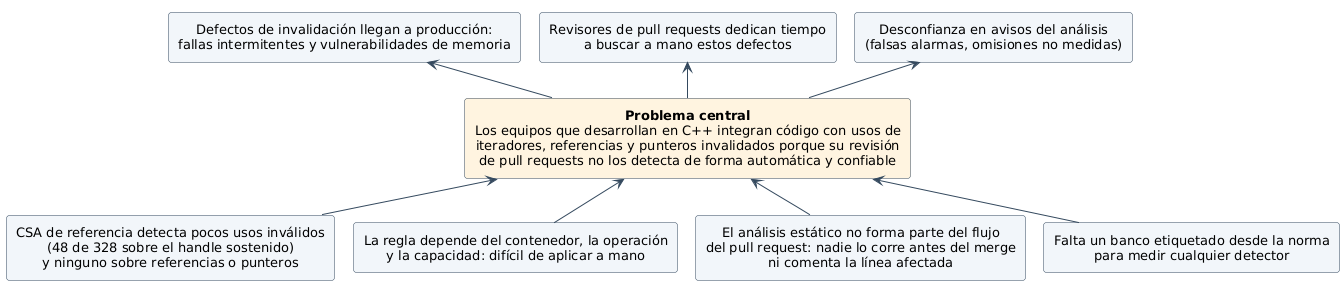
Earlier version of the PlantUML export libro/diagramas/png/1-arbol-problemas.png (jasrod12ucsm/checker). Its diagram source:
```plantuml
@startuml
!include _estilo.iuml
skinparam rectangleBackgroundColor #F2F6FA
skinparam defaultTextAlignment center
top to bottom direction

rectangle "Defectos de invalidación llegan a producción:\nfallas intermitentes y vulnerabilidades de memoria" as E1
rectangle "Revisores de pull requests dedican tiempo\na buscar a mano estos defectos" as E2
rectangle "Desconfianza en avisos del análisis\n(falsas alarmas, omisiones no medidas)" as E3

rectangle "**Problema central**\nLos equipos que desarrollan en C++ integran código con usos de\niteradores, referencias y punteros invalidados porque su revisión\nde pull requests no los detecta de forma automática y confiable" as P #FFF4E0

rectangle "CSA de referencia detecta pocos usos inválidos\n(48 de 328 sobre el handle sostenido)\ny ninguno sobre referencias o punteros" as C1
rectangle "La regla depende del contenedor, la operación\ny la capacidad: difícil de aplicar a mano" as C2
rectangle "El análisis estático no forma parte del flujo\ndel pull request: nadie lo corre antes del merge\nni comenta la línea afectada" as C3
rectangle "Falta un banco etiquetado desde la norma\npara medir cualquier detector" as C4

E1 -[hidden]r- E2
E2 -[hidden]r- E3
E1 <-- P
E2 <-- P
E3 <-- P
P <-- C1
P <-- C2
P <-- C3
P <-- C4
@enduml
```
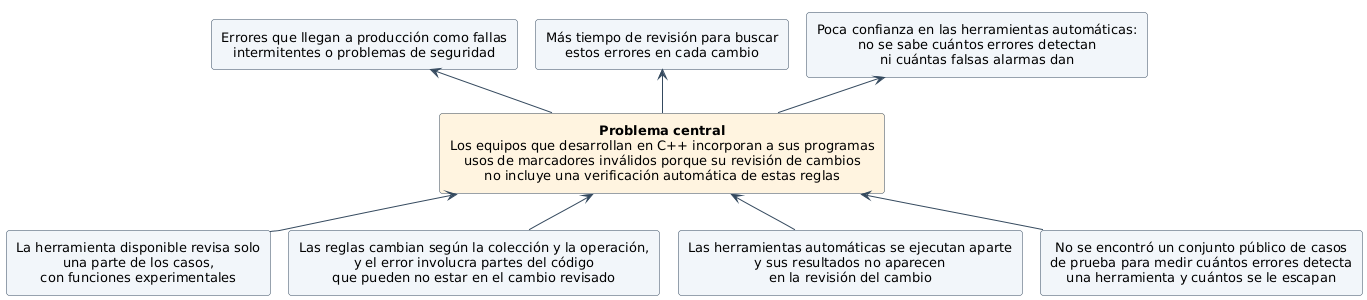
After the change.

The edit, as a diff of the source:
```diff
@@ -4,16 +4,16 @@
 skinparam defaultTextAlignment center
 top to bottom direction
 
-rectangle "Defectos de invalidación llegan a producción:\nfallas intermitentes y vulnerabilidades de memoria" as E1
-rectangle "Revisores de pull requests dedican tiempo\na buscar a mano estos defectos" as E2
-rectangle "Desconfianza en avisos del análisis\n(falsas alarmas, omisiones no medidas)" as E3
+rectangle "Errores que llegan a producción como fallas\nintermitentes o problemas de seguridad" as E1
+rectangle "Más tiempo de revisión para buscar\nestos errores en cada cambio" as E2
+rectangle "Poca confianza en las herramientas automáticas:\nno se sabe cuántos errores detectan\nni cuántas falsas alarmas dan" as E3
 
-rectangle "**Problema central**\nLos equipos que desarrollan en C++ integran código con usos de\niteradores, referencias y punteros invalidados porque su revisión\nde pull requests no los detecta de forma automática y confiable" as P #FFF4E0
+rectangle "**Problema central**\nLos equipos que desarrollan en C++ incorporan a sus programas\nusos de marcadores inválidos porque su revisión de cambios\nno incluye una verificación automática de estas reglas" as P #FFF4E0
 
-rectangle "CSA de referencia detecta pocos usos inválidos\n(48 de 328 sobre el handle sostenido)\ny ninguno sobre referencias o punteros" as C1
-rectangle "La regla depende del contenedor, la operación\ny la capacidad: difícil de aplicar a mano" as C2
-rectangle "El análisis estático no forma parte del flujo\ndel pull request: nadie lo corre antes del merge\nni comenta la línea afectada" as C3
-rectangle "Falta un banco etiquetado desde la norma\npara medir cualquier detector" as C4
+rectangle "La herramienta disponible revisa solo\nuna parte de los casos,\ncon funciones experimentales" as C1
+rectangle "Las reglas cambian según la colección y la operación,\ny el error involucra partes del código\nque pueden no estar en el cambio revisado" as C2
+rectangle "Las herramientas automáticas se ejecutan aparte\ny sus resultados no aparecen\nen la revisión del cambio" as C3
+rectangle "No se encontró un conjunto público de casos\nde prueba para medir cuántos errores detecta\nuna herramienta y cuántos se le escapan" as C4
 
 E1 -[hidden]r- E2
 E2 -[hidden]r- E3
```
